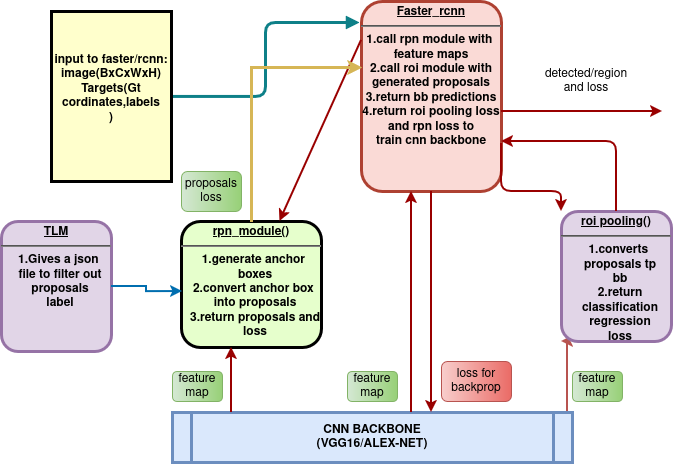
Above: faster_rcnn.drawio.png in akash-nepak/image_processing_node (draw.io), before the change. Source tidied: cells renumbered, new cells last; positions are measured from the earlier drawing's top-left corner, leaving out a move shared by most shapes.
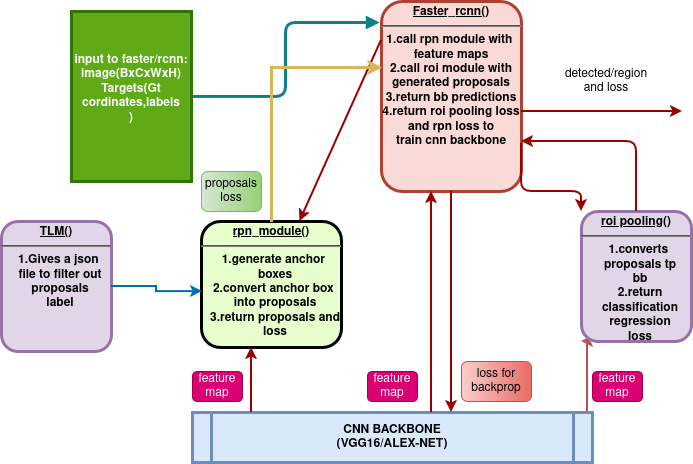
The same file after the commit.

Diff of the diagram source:
```diff
@@ -8,7 +8,7 @@
     <mxCell id="3" style="edgeStyle=elbowEdgeStyle;rounded=1;jettySize=auto;html=1;entryX=-0.014;entryY=0.111;entryDx=0;entryDy=0;endArrow=block;endFill=1;fillColor=#b0e3e6;strokeColor=#0e8088;sourcePerimeterSpacing=0;strokeWidth=3;entryPerimeter=0;" parent="1" edge="1" source="4" target="7">
       <mxGeometry relative="1" as="geometry" />
     </mxCell>
-    <mxCell id="4" value="input to faster/rcnn:&#10;image(BxCxWxH)&#10;Targets(Gt cordinates,labels&#10;)&#10;" style="whiteSpace=wrap;align=center;verticalAlign=middle;fontStyle=1;strokeWidth=3;fillColor=#FFFFCC;glass=0;shadow=0;" parent="1" vertex="1">
+    <mxCell id="4" value="input to faster/rcnn:&#10;image(BxCxWxH)&#10;Targets(Gt cordinates,labels&#10;)&#10;" style="whiteSpace=wrap;align=center;verticalAlign=middle;fontStyle=1;strokeWidth=3;fillColor=#60a917;glass=0;shadow=0;fontColor=#ffffff;strokeColor=#2D7600;" parent="1" vertex="1">
       <mxGeometry x="50" y="10" width="120" height="170" as="geometry" />
     </mxCell>
     <mxCell id="5" style="edgeStyle=elbowEdgeStyle;rounded=0;jettySize=auto;html=1;exitX=1;exitY=0;exitDx=0;exitDy=0;entryX=0;entryY=1;entryDx=0;entryDy=0;sourcePerimeterSpacing=11;targetPerimeterSpacing=1;strokeWidth=2;fillColor=#f8cecc;gradientColor=#ea6b66;strokeColor=#b85450;" parent="1" edge="1" source="6" target="8">
@@ -17,7 +17,7 @@
     <mxCell id="6" value="CNN BACKBONE&#10;(VGG16/ALEX-NET)" style="shape=process;whiteSpace=wrap;align=center;verticalAlign=middle;size=0.0475;fontStyle=1;strokeWidth=3;fillColor=#dae8fc;strokeColor=#6c8ebf;" parent="1" vertex="1">
       <mxGeometry x="171" y="411" width="400" height="50" as="geometry" />
     </mxCell>
-    <mxCell id="7" value="&lt;p style=&quot;margin: 4px 0px 0px; text-align: center; text-decoration: underline;&quot;&gt;&lt;strong&gt;Faster_rcnn&lt;/strong&gt;&lt;/p&gt;&lt;hr&gt;&lt;div&gt;1.call rpn module with&amp;nbsp;&lt;/div&gt;&lt;div&gt;feature maps&lt;/div&gt;&lt;div&gt;2.call roi module with&lt;/div&gt;&lt;div&gt;generated proposals&lt;/div&gt;&lt;div&gt;3.return bb predictions&lt;/div&gt;&lt;div&gt;4.return roi pooling loss&lt;/div&gt;&lt;div&gt;and rpn loss to&lt;/div&gt;&lt;div&gt;train cnn backbone&lt;/div&gt;" style="verticalAlign=middle;align=center;overflow=fill;fontSize=12;fontFamily=Helvetica;html=1;rounded=1;fontStyle=1;strokeWidth=3;fillColor=#fad9d5;imageWidth=25;imageHeight=28;fillOpacity=96;strokeColor=#ae4132;" parent="1" vertex="1">
+    <mxCell id="7" value="&lt;p style=&quot;margin: 4px 0px 0px; text-align: center; text-decoration: underline;&quot;&gt;&lt;strong&gt;Faster_rcnn()&lt;/strong&gt;&lt;/p&gt;&lt;hr&gt;&lt;div&gt;1.call rpn module with&amp;nbsp;&lt;/div&gt;&lt;div&gt;feature maps&lt;/div&gt;&lt;div&gt;2.call roi module with&lt;/div&gt;&lt;div&gt;generated proposals&lt;/div&gt;&lt;div&gt;3.return bb predictions&lt;/div&gt;&lt;div&gt;4.return roi pooling loss&lt;/div&gt;&lt;div&gt;and rpn loss to&lt;/div&gt;&lt;div&gt;train cnn backbone&lt;/div&gt;" style="verticalAlign=middle;align=center;overflow=fill;fontSize=12;fontFamily=Helvetica;html=1;rounded=1;fontStyle=1;strokeWidth=3;fillColor=#fad9d5;imageWidth=25;imageHeight=28;fillOpacity=96;strokeColor=#ae4132;" parent="1" vertex="1">
       <mxGeometry x="360" width="140" height="190" as="geometry" />
     </mxCell>
     <mxCell id="8" value="&lt;p style=&quot;margin: 4px 0px 0px; text-align: center; text-decoration: underline;&quot;&gt;&lt;strong&gt;roi pooling()&lt;/strong&gt;&lt;/p&gt;&lt;hr&gt;&lt;p style=&quot;margin: 0px; margin-left: 8px;&quot;&gt;1.converts&amp;nbsp;&lt;/p&gt;&lt;p style=&quot;margin: 0px; margin-left: 8px;&quot;&gt;proposals tp&lt;/p&gt;&lt;p style=&quot;margin: 0px; margin-left: 8px;&quot;&gt;bb&lt;/p&gt;&lt;p style=&quot;margin: 0px; margin-left: 8px;&quot;&gt;2.return&lt;/p&gt;&lt;p style=&quot;margin: 0px; margin-left: 8px;&quot;&gt;classification&lt;/p&gt;&lt;p style=&quot;margin: 0px; margin-left: 8px;&quot;&gt;regression&lt;/p&gt;&lt;p style=&quot;margin: 0px; margin-left: 8px;&quot;&gt;loss&lt;/p&gt;&lt;p style=&quot;margin: 0px; margin-left: 8px;&quot;&gt;&lt;br&gt;&lt;/p&gt;" style="verticalAlign=middle;align=center;overflow=fill;fontSize=12;fontFamily=Helvetica;html=1;rounded=1;fontStyle=1;strokeWidth=3;fillColor=#e1d5e7;strokeColor=#9673a6;" parent="1" vertex="1">
@@ -74,13 +74,13 @@
     <mxCell id="16" value="&lt;div&gt;detected/region&lt;/div&gt;&lt;div&gt;and loss&lt;/div&gt;" style="text;html=1;whiteSpace=wrap;strokeColor=none;fillColor=none;align=center;verticalAlign=middle;rounded=0;" parent="1" vertex="1">
       <mxGeometry x="540" y="60" width="90" height="40" as="geometry" />
     </mxCell>
-    <mxCell id="17" value="feature map" style="text;html=1;whiteSpace=wrap;fillColor=#d5e8d4;align=center;verticalAlign=middle;rounded=1;strokeColor=#82b366;gradientColor=#97d077;glass=0;gradientDirection=east;" parent="1" vertex="1">
+    <mxCell id="17" value="feature map" style="text;html=1;whiteSpace=wrap;fillColor=#d80073;align=center;verticalAlign=middle;rounded=1;strokeColor=#A50040;glass=0;gradientDirection=east;fontColor=#ffffff;" parent="1" vertex="1">
       <mxGeometry x="171" y="370" width="50" height="30" as="geometry" />
     </mxCell>
-    <mxCell id="18" value="feature map" style="text;html=1;whiteSpace=wrap;fillColor=#d5e8d4;align=center;verticalAlign=middle;rounded=1;strokeColor=#82b366;gradientColor=#97d077;glass=0;gradientDirection=east;" parent="1" vertex="1">
+    <mxCell id="18" value="feature map" style="text;html=1;whiteSpace=wrap;fillColor=#d80073;align=center;verticalAlign=middle;rounded=1;strokeColor=#A50040;glass=0;gradientDirection=east;fontColor=#ffffff;" parent="1" vertex="1">
       <mxGeometry x="571" y="370" width="50" height="30" as="geometry" />
     </mxCell>
-    <mxCell id="19" value="feature map" style="text;html=1;whiteSpace=wrap;fillColor=#d5e8d4;align=center;verticalAlign=middle;rounded=1;strokeColor=#82b366;gradientColor=#97d077;glass=0;gradientDirection=east;" parent="1" vertex="1">
+    <mxCell id="19" value="feature map" style="text;html=1;whiteSpace=wrap;fillColor=#d80073;align=center;verticalAlign=middle;rounded=1;strokeColor=#A50040;glass=0;gradientDirection=east;fontColor=#ffffff;" parent="1" vertex="1">
       <mxGeometry x="346" y="370" width="50" height="30" as="geometry" />
     </mxCell>
     <mxCell id="20" value="loss for backprop" style="text;html=1;whiteSpace=wrap;fillColor=#f8cecc;align=center;verticalAlign=middle;rounded=1;strokeColor=#b85450;gradientColor=#ea6b66;glass=0;gradientDirection=east;" parent="1" vertex="1">
@@ -92,8 +92,8 @@
     <mxCell id="22" value="&lt;div&gt;proposals&lt;/div&gt;&lt;div&gt;loss&lt;/div&gt;" style="text;html=1;whiteSpace=wrap;fillColor=#d5e8d4;align=center;verticalAlign=middle;rounded=1;strokeColor=#82b366;gradientColor=#97d077;glass=0;gradientDirection=east;" parent="1" vertex="1">
       <mxGeometry x="180" y="170" width="60" height="40" as="geometry" />
     </mxCell>
-    <mxCell id="23" value="&lt;p style=&quot;margin: 4px 0px 0px; text-align: center; text-decoration: underline;&quot;&gt;TLM&lt;/p&gt;&lt;hr&gt;&lt;p style=&quot;margin: 0px; margin-left: 8px;&quot;&gt;1.Gives a json&amp;nbsp;&lt;/p&gt;&lt;p style=&quot;margin: 0px; margin-left: 8px;&quot;&gt;file to filter out&lt;/p&gt;&lt;p style=&quot;margin: 0px; margin-left: 8px;&quot;&gt;proposals&lt;/p&gt;&lt;p style=&quot;margin: 0px; margin-left: 8px;&quot;&gt;label&lt;/p&gt;&lt;p style=&quot;margin: 0px; margin-left: 8px;&quot;&gt;&lt;br&gt;&lt;/p&gt;" style="verticalAlign=middle;align=center;overflow=fill;fontSize=12;fontFamily=Helvetica;html=1;rounded=1;fontStyle=1;strokeWidth=3;fillColor=#e1d5e7;strokeColor=#9673a6;" parent="1" vertex="1">
-      <mxGeometry y="220" width="110" height="130" as="geometry" />
+    <mxCell id="23" value="&lt;p style=&quot;margin: 4px 0px 0px; text-align: center; text-decoration: underline;&quot;&gt;TLM()&lt;/p&gt;&lt;hr&gt;&lt;p style=&quot;margin: 0px; margin-left: 8px;&quot;&gt;1.Gives a json&amp;nbsp;&lt;/p&gt;&lt;p style=&quot;margin: 0px; margin-left: 8px;&quot;&gt;file to filter out&lt;/p&gt;&lt;p style=&quot;margin: 0px; margin-left: 8px;&quot;&gt;proposals&lt;/p&gt;&lt;p style=&quot;margin: 0px; margin-left: 8px;&quot;&gt;label&lt;/p&gt;&lt;p style=&quot;margin: 0px; margin-left: 8px;&quot;&gt;&lt;br&gt;&lt;/p&gt;" style="verticalAlign=middle;align=center;overflow=fill;fontSize=12;fontFamily=Helvetica;html=1;rounded=1;fontStyle=1;strokeWidth=3;fillColor=#e1d5e7;strokeColor=#9673a6;" parent="1" vertex="1">
+      <mxGeometry x="-20" y="220" width="110" height="130" as="geometry" />
     </mxCell>
     <mxCell id="24" style="edgeStyle=orthogonalEdgeStyle;rounded=0;jettySize=auto;html=1;entryX=0.007;entryY=0.556;entryDx=0;entryDy=0;entryPerimeter=0;strokeWidth=2;fillColor=#1ba1e2;strokeColor=#006EAF;" parent="1" edge="1" source="23" target="2">
       <mxGeometry relative="1" as="geometry" />
```
